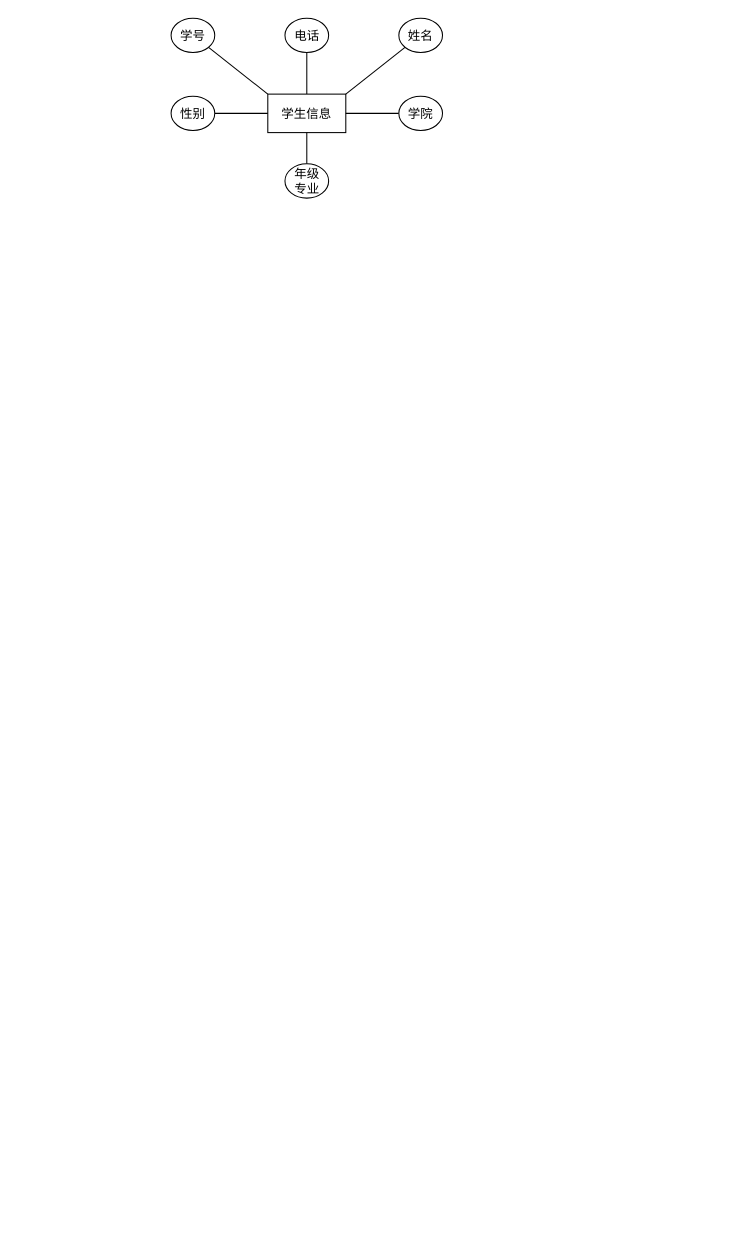
Earlier version of the draw.io diagram 算法/区块链课设.drawio (xyshawy/DRAW). Source tidied: cells renumbered, new cells numbered last; positions are measured from the earlier drawing's top-left corner, leaving out a move shared by most shapes. Both pictures are drawn from the tidied source at 104%, with x=0, y=0 at pixel (171, 18).
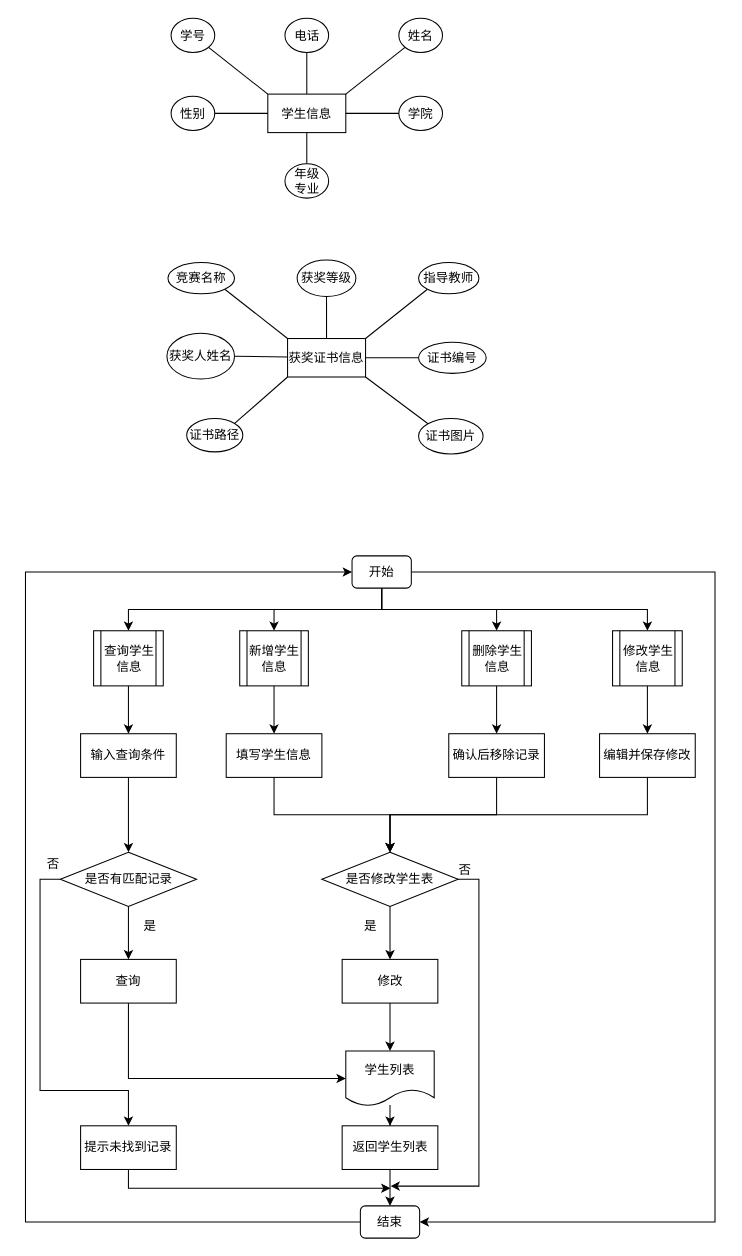
The same page after the edit.

Commit message (it also covers changes not shown here):
更新区块链课设.drawio

Diff of the diagram source:
```diff
@@
+    <mxCell id="15" style="rounded=0;jettySize=auto;html=1;exitX=1;exitY=1;exitDx=0;exitDy=0;entryX=0;entryY=0;entryDx=0;entryDy=0;endArrow=none;endFill=0;" parent="1" edge="1" source="16" target="29">
+      <mxGeometry relative="1" as="geometry" />
+    </mxCell>
+    <mxCell id="16" value="获奖证书信息" style="rounded=0;whiteSpace=wrap;html=1;" parent="1" vertex="1">
+      <mxGeometry x="112" y="308" width="75" height="37" as="geometry" />
+    </mxCell>
+    <mxCell id="17" style="rounded=0;jettySize=auto;html=1;exitX=0;exitY=1;exitDx=0;exitDy=0;entryX=1;entryY=0;entryDx=0;entryDy=0;endArrow=none;endFill=0;" parent="1" edge="1" source="18" target="16">
+      <mxGeometry relative="1" as="geometry" />
+    </mxCell>
+    <mxCell id="18" value="指导教师" style="ellipse;whiteSpace=wrap;html=1;" parent="1" vertex="1">
+      <mxGeometry x="238" y="235" width="58" height="30" as="geometry" />
+    </mxCell>
+    <mxCell id="19" style="rounded=0;jettySize=auto;html=1;exitX=1;exitY=0.5;exitDx=0;exitDy=0;endArrow=none;endFill=0;" parent="1" edge="1" source="20" target="16">
+      <mxGeometry relative="1" as="geometry" />
+    </mxCell>
+    <mxCell id="20" value="获奖人姓名" style="ellipse;whiteSpace=wrap;html=1;" parent="1" vertex="1">
+      <mxGeometry x="-4" y="303" width="65" height="44" as="geometry" />
+    </mxCell>
+    <mxCell id="21" style="rounded=0;jettySize=auto;html=1;exitX=1;exitY=1;exitDx=0;exitDy=0;entryX=0;entryY=0;entryDx=0;entryDy=0;endArrow=none;endFill=0;" parent="1" edge="1" source="22" target="16">
+      <mxGeometry relative="1" as="geometry" />
+    </mxCell>
+    <mxCell id="22" value="竞赛名称" style="ellipse;whiteSpace=wrap;html=1;" parent="1" vertex="1">
+      <mxGeometry x="-3" y="235" width="64" height="30" as="geometry" />
+    </mxCell>
+    <mxCell id="23" style="rounded=0;jettySize=auto;html=1;exitX=0.5;exitY=1;exitDx=0;exitDy=0;endArrow=none;endFill=0;" parent="1" edge="1" source="24" target="16">
+      <mxGeometry relative="1" as="geometry" />
+    </mxCell>
+    <mxCell id="24" value="获奖等级" style="ellipse;whiteSpace=wrap;html=1;" parent="1" vertex="1">
+      <mxGeometry x="121.2" y="232.5" width="56.5" height="35" as="geometry" />
+    </mxCell>
+    <mxCell id="25" style="rounded=0;jettySize=auto;html=1;exitX=1;exitY=0;exitDx=0;exitDy=0;entryX=0;entryY=1;entryDx=0;entryDy=0;endArrow=none;endFill=0;" parent="1" edge="1" source="26" target="16">
+      <mxGeometry relative="1" as="geometry" />
+    </mxCell>
+    <mxCell id="26" value="证书路径" style="ellipse;whiteSpace=wrap;html=1;" parent="1" vertex="1">
+      <mxGeometry x="15" y="385" width="54" height="32" as="geometry" />
+    </mxCell>
+    <mxCell id="27" style="rounded=0;jettySize=auto;html=1;exitX=0;exitY=0.5;exitDx=0;exitDy=0;entryX=1;entryY=0.5;entryDx=0;entryDy=0;endArrow=none;endFill=0;" parent="1" edge="1" source="28" target="16">
+      <mxGeometry relative="1" as="geometry" />
+    </mxCell>
+    <mxCell id="28" value="证书编号" style="ellipse;whiteSpace=wrap;html=1;" parent="1" vertex="1">
+      <mxGeometry x="238" y="311.5" width="65" height="30" as="geometry" />
+    </mxCell>
+    <mxCell id="29" value="证书图片" style="ellipse;whiteSpace=wrap;html=1;" parent="1" vertex="1">
+      <mxGeometry x="238" y="385" width="62" height="34" as="geometry" />
+    </mxCell>
+    <mxCell id="30" style="edgeStyle=orthogonalEdgeStyle;rounded=0;jettySize=auto;html=1;exitX=0.5;exitY=1;exitDx=0;exitDy=0;entryX=0.5;entryY=0;entryDx=0;entryDy=0;" parent="1" edge="1" source="35" target="37">
+      <mxGeometry relative="1" as="geometry" />
+    </mxCell>
+    <mxCell id="31" style="edgeStyle=orthogonalEdgeStyle;rounded=0;jettySize=auto;html=1;exitX=0.5;exitY=1;exitDx=0;exitDy=0;" parent="1" edge="1" source="35" target="41">
+      <mxGeometry relative="1" as="geometry" />
+    </mxCell>
+    <mxCell id="32" style="edgeStyle=orthogonalEdgeStyle;rounded=0;jettySize=auto;html=1;exitX=0.5;exitY=1;exitDx=0;exitDy=0;" parent="1" edge="1" source="35" target="47">
+      <mxGeometry relative="1" as="geometry" />
+    </mxCell>
+    <mxCell id="33" style="edgeStyle=orthogonalEdgeStyle;rounded=0;jettySize=auto;html=1;exitX=0.5;exitY=1;exitDx=0;exitDy=0;" parent="1" edge="1" source="35" target="49">
+      <mxGeometry relative="1" as="geometry" />
+    </mxCell>
+    <mxCell id="34" style="edgeStyle=orthogonalEdgeStyle;rounded=0;jettySize=auto;html=1;exitX=1;exitY=0.5;exitDx=0;exitDy=0;entryX=1;entryY=0.5;entryDx=0;entryDy=0;" parent="1" edge="1" source="35" target="53">
+      <mxGeometry relative="1" as="geometry">
+        <Array as="points">
+          <mxPoint x="523" y="533" />
+          <mxPoint x="523" y="1158" />
+        </Array>
+      </mxGeometry>
+    </mxCell>
+    <mxCell id="35" value="开始" style="rounded=1;whiteSpace=wrap;html=1;" parent="1" vertex="1">
+      <mxGeometry x="174" y="517" width="57" height="31" as="geometry" />
+    </mxCell>
+    <mxCell id="36" style="edgeStyle=orthogonalEdgeStyle;rounded=0;jettySize=auto;html=1;exitX=0.5;exitY=1;exitDx=0;exitDy=0;entryX=0.5;entryY=0;entryDx=0;entryDy=0;" parent="1" edge="1" source="37" target="43">
+      <mxGeometry relative="1" as="geometry" />
+    </mxCell>
+    <mxCell id="37" value="新增学生信息" style="shape=process;whiteSpace=wrap;html=1;backgroundOutline=1;" parent="1" vertex="1">
+      <mxGeometry x="66" y="589" width="66" height="53" as="geometry" />
+    </mxCell>
+    <mxCell id="38" style="edgeStyle=orthogonalEdgeStyle;rounded=0;jettySize=auto;html=1;entryX=0.5;entryY=0;entryDx=0;entryDy=0;" parent="1" edge="1" source="39" target="55">
+      <mxGeometry relative="1" as="geometry" />
+    </mxCell>
+    <mxCell id="39" value="学生列表" style="shape=document;whiteSpace=wrap;html=1;boundedLbl=1;" parent="1" vertex="1">
+      <mxGeometry x="168" y="993" width="85" height="53" as="geometry" />
+    </mxCell>
+    <mxCell id="40" style="edgeStyle=orthogonalEdgeStyle;rounded=0;jettySize=auto;html=1;exitX=0.5;exitY=1;exitDx=0;exitDy=0;entryX=0.5;entryY=0;entryDx=0;entryDy=0;" parent="1" edge="1" source="41" target="45">
+      <mxGeometry relative="1" as="geometry" />
+    </mxCell>
+    <mxCell id="41" value="查询学生信息" style="shape=process;whiteSpace=wrap;html=1;backgroundOutline=1;" parent="1" vertex="1">
+      <mxGeometry x="-74.5" y="589" width="67" height="53" as="geometry" />
+    </mxCell>
+    <mxCell id="42" style="edgeStyle=orthogonalEdgeStyle;rounded=0;jettySize=auto;html=1;exitX=0.5;exitY=1;exitDx=0;exitDy=0;entryX=0.5;entryY=0;entryDx=0;entryDy=0;" parent="1" edge="1" source="43" target="60">
+      <mxGeometry relative="1" as="geometry" />
+    </mxCell>
+    <mxCell id="43" value="填写学生信息" style="rounded=0;whiteSpace=wrap;html=1;" parent="1" vertex="1">
+      <mxGeometry x="53" y="688" width="92" height="42" as="geometry" />
+    </mxCell>
+    <mxCell id="44" style="edgeStyle=orthogonalEdgeStyle;rounded=0;jettySize=auto;html=1;exitX=0.5;exitY=1;exitDx=0;exitDy=0;entryX=0.5;entryY=0;entryDx=0;entryDy=0;" parent="1" edge="1" source="45" target="67">
+      <mxGeometry relative="1" as="geometry" />
+    </mxCell>
+    <mxCell id="45" value="输入查询条件" style="rounded=0;whiteSpace=wrap;html=1;" parent="1" vertex="1">
+      <mxGeometry x="-87" y="688" width="92" height="42" as="geometry" />
+    </mxCell>
+    <mxCell id="46" style="edgeStyle=orthogonalEdgeStyle;rounded=0;jettySize=auto;html=1;exitX=0.5;exitY=1;exitDx=0;exitDy=0;" parent="1" edge="1" source="47" target="57">
+      <mxGeometry relative="1" as="geometry" />
+    </mxCell>
+    <mxCell id="47" value="删除学生信息" style="shape=process;whiteSpace=wrap;html=1;backgroundOutline=1;" parent="1" vertex="1">
+      <mxGeometry x="279.5" y="589" width="67" height="53" as="geometry" />
+    </mxCell>
+    <mxCell id="48" style="edgeStyle=orthogonalEdgeStyle;rounded=0;jettySize=auto;html=1;exitX=0.5;exitY=1;exitDx=0;exitDy=0;" parent="1" edge="1" source="49" target="51">
+      <mxGeometry relative="1" as="geometry" />
+    </mxCell>
+    <mxCell id="49" value="修改学生信息" style="shape=process;whiteSpace=wrap;html=1;backgroundOutline=1;" parent="1" vertex="1">
+      <mxGeometry x="424.5" y="589" width="67" height="53" as="geometry" />
+    </mxCell>
+    <mxCell id="50" style="edgeStyle=orthogonalEdgeStyle;rounded=0;jettySize=auto;html=1;exitX=0.5;exitY=1;exitDx=0;exitDy=0;entryX=0.5;entryY=0;entryDx=0;entryDy=0;" parent="1" edge="1" source="51" target="60">
+      <mxGeometry relative="1" as="geometry" />
+    </mxCell>
+    <mxCell id="51" value="编辑并保存修改" style="rounded=0;whiteSpace=wrap;html=1;" parent="1" vertex="1">
+      <mxGeometry x="412" y="688" width="92" height="42" as="geometry" />
+    </mxCell>
+    <mxCell id="52" style="edgeStyle=orthogonalEdgeStyle;rounded=0;jettySize=auto;html=1;entryX=0;entryY=0.5;entryDx=0;entryDy=0;" parent="1" edge="1" source="53" target="35">
+      <mxGeometry relative="1" as="geometry">
+        <Array as="points">
+          <mxPoint x="-140" y="1158" />
+          <mxPoint x="-140" y="533" />
+        </Array>
+      </mxGeometry>
+    </mxCell>
+    <mxCell id="53" value="结束" style="rounded=1;whiteSpace=wrap;html=1;" parent="1" vertex="1">
+      <mxGeometry x="182" y="1142" width="57" height="31" as="geometry" />
+    </mxCell>
+    <mxCell id="54" style="edgeStyle=orthogonalEdgeStyle;rounded=0;jettySize=auto;html=1;exitX=0.5;exitY=1;exitDx=0;exitDy=0;" parent="1" edge="1" source="55" target="53">
+      <mxGeometry relative="1" as="geometry" />
+    </mxCell>
+    <mxCell id="55" value="返回学生列表" style="rounded=0;whiteSpace=wrap;html=1;" parent="1" vertex="1">
+      <mxGeometry x="164.5" y="1065" width="92" height="42" as="geometry" />
+    </mxCell>
+    <mxCell id="56" style="edgeStyle=orthogonalEdgeStyle;rounded=0;jettySize=auto;html=1;exitX=0.5;exitY=1;exitDx=0;exitDy=0;" parent="1" edge="1" source="57" target="60">
+      <mxGeometry relative="1" as="geometry" />
+    </mxCell>
+    <mxCell id="57" value="确认后移除记录" style="rounded=0;whiteSpace=wrap;html=1;" parent="1" vertex="1">
+      <mxGeometry x="267" y="688" width="92" height="42" as="geometry" />
+    </mxCell>
+    <mxCell id="58" style="edgeStyle=orthogonalEdgeStyle;rounded=0;jettySize=auto;html=1;exitX=0.5;exitY=1;exitDx=0;exitDy=0;entryX=0.5;entryY=0;entryDx=0;entryDy=0;" parent="1" edge="1" source="60" target="64">
+      <mxGeometry relative="1" as="geometry" />
+    </mxCell>
+    <mxCell id="59" style="edgeStyle=orthogonalEdgeStyle;rounded=0;jettySize=auto;html=1;" parent="1" edge="1" source="60">
+      <mxGeometry relative="1" as="geometry">
+        <mxPoint x="211" y="1123" as="targetPoint" />
+        <Array as="points">
+          <mxPoint x="296" y="828" />
+          <mxPoint x="296" y="1123" />
+          <mxPoint x="239" y="1123" />
+        </Array>
+      </mxGeometry>
+    </mxCell>
+    <mxCell id="60" value="是否修改学生表" style="rhombus;whiteSpace=wrap;html=1;" parent="1" vertex="1">
+      <mxGeometry x="145" y="802" width="131" height="52" as="geometry" />
+    </mxCell>
+    <mxCell id="61" value="否" style="text;html=1;align=center;verticalAlign=middle;whiteSpace=wrap;rounded=0;" parent="1" vertex="1">
+      <mxGeometry x="253" y="804" width="60" height="30" as="geometry" />
+    </mxCell>
+    <mxCell id="62" value="是" style="text;html=1;align=center;verticalAlign=middle;whiteSpace=wrap;rounded=0;" parent="1" vertex="1">
+      <mxGeometry x="162" y="858" width="60" height="30" as="geometry" />
+    </mxCell>
+    <mxCell id="63" style="edgeStyle=orthogonalEdgeStyle;rounded=0;jettySize=auto;html=1;exitX=0.5;exitY=1;exitDx=0;exitDy=0;" parent="1" edge="1" source="64" target="39">
+      <mxGeometry relative="1" as="geometry" />
+    </mxCell>
+    <mxCell id="64" value="修改" style="rounded=0;whiteSpace=wrap;html=1;" parent="1" vertex="1">
+      <mxGeometry x="164.5" y="905" width="92" height="42" as="geometry" />
+    </mxCell>
+    <mxCell id="65" style="edgeStyle=orthogonalEdgeStyle;rounded=0;jettySize=auto;html=1;exitX=0.5;exitY=1;exitDx=0;exitDy=0;entryX=0.5;entryY=0;entryDx=0;entryDy=0;" parent="1" edge="1" source="67" target="69">
+      <mxGeometry relative="1" as="geometry" />
+    </mxCell>
+    <mxCell id="66" style="edgeStyle=orthogonalEdgeStyle;rounded=0;jettySize=auto;html=1;exitX=0;exitY=0.5;exitDx=0;exitDy=0;entryX=0.5;entryY=0;entryDx=0;entryDy=0;" parent="1" edge="1" source="67" target="72">
+      <mxGeometry relative="1" as="geometry">
+        <Array as="points">
+          <mxPoint x="-126" y="828" />
+          <mxPoint x="-126" y="1031" />
+          <mxPoint x="-41" y="1031" />
+        </Array>
+      </mxGeometry>
+    </mxCell>
+    <mxCell id="67" value="是否有匹配记录" style="rhombus;whiteSpace=wrap;html=1;" parent="1" vertex="1">
+      <mxGeometry x="-106.5" y="802" width="131" height="52" as="geometry" />
+    </mxCell>
+    <mxCell id="68" style="edgeStyle=orthogonalEdgeStyle;rounded=0;jettySize=auto;html=1;exitX=0.5;exitY=1;exitDx=0;exitDy=0;entryX=0;entryY=0.5;entryDx=0;entryDy=0;" parent="1" edge="1" source="69" target="39">
+      <mxGeometry relative="1" as="geometry" />
+    </mxCell>
+    <mxCell id="69" value="查询" style="rounded=0;whiteSpace=wrap;html=1;" parent="1" vertex="1">
+      <mxGeometry x="-87" y="905" width="92" height="42" as="geometry" />
+    </mxCell>
+    <mxCell id="70" value="是" style="text;html=1;align=center;verticalAlign=middle;whiteSpace=wrap;rounded=0;" parent="1" vertex="1">
+      <mxGeometry x="-50" y="858" width="60" height="30" as="geometry" />
+    </mxCell>
+    <mxCell id="71" style="edgeStyle=orthogonalEdgeStyle;rounded=0;jettySize=auto;html=1;exitX=0.5;exitY=1;exitDx=0;exitDy=0;" parent="1" edge="1" source="72">
+      <mxGeometry relative="1" as="geometry">
+        <mxPoint x="211" y="1125" as="targetPoint" />
+        <Array as="points">
+          <mxPoint x="-41" y="1125" />
+        </Array>
+      </mxGeometry>
+    </mxCell>
+    <mxCell id="72" value="提示未找到记录" style="rounded=0;whiteSpace=wrap;html=1;" parent="1" vertex="1">
+      <mxGeometry x="-87" y="1065" width="92" height="42" as="geometry" />
+    </mxCell>
+    <mxCell id="73" value="否" style="text;html=1;align=center;verticalAlign=middle;whiteSpace=wrap;rounded=0;" parent="1" vertex="1">
+      <mxGeometry x="-143" y="799" width="60" height="30" as="geometry" />
+    </mxCell>
```
